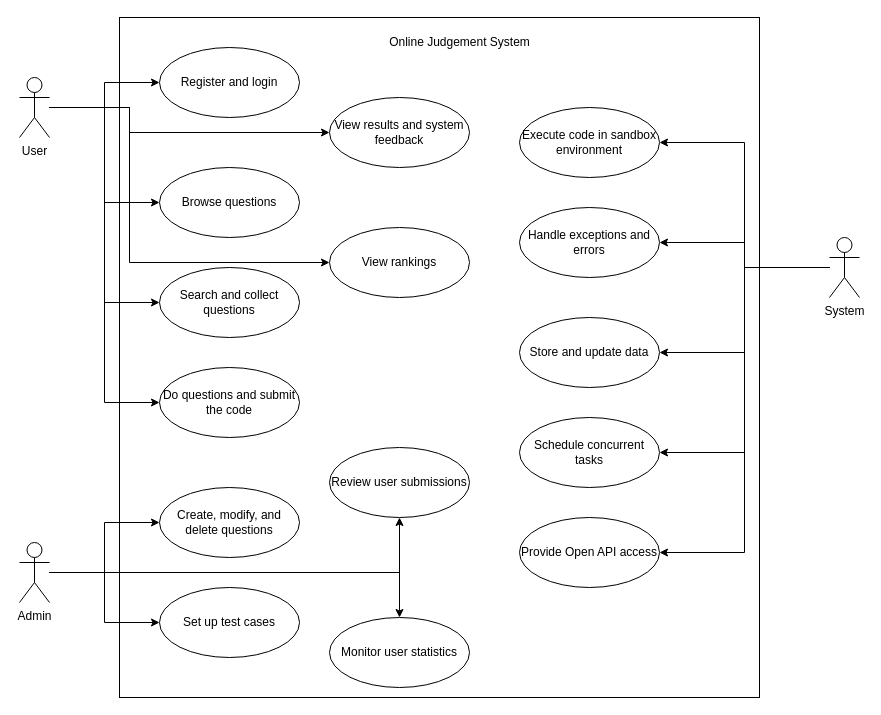
paasche0906/draw.io keeps this draw.io diagram as 未命名绘图.drawio. Above is the earlier version. Source tidied: cells renumbered, new cells numbered last; positions are measured from the earlier drawing's top-left corner, leaving out a move shared by most shapes. Both pictures are drawn from the tidied source at 100%, with x=0, y=0 at pixel (19, 17).
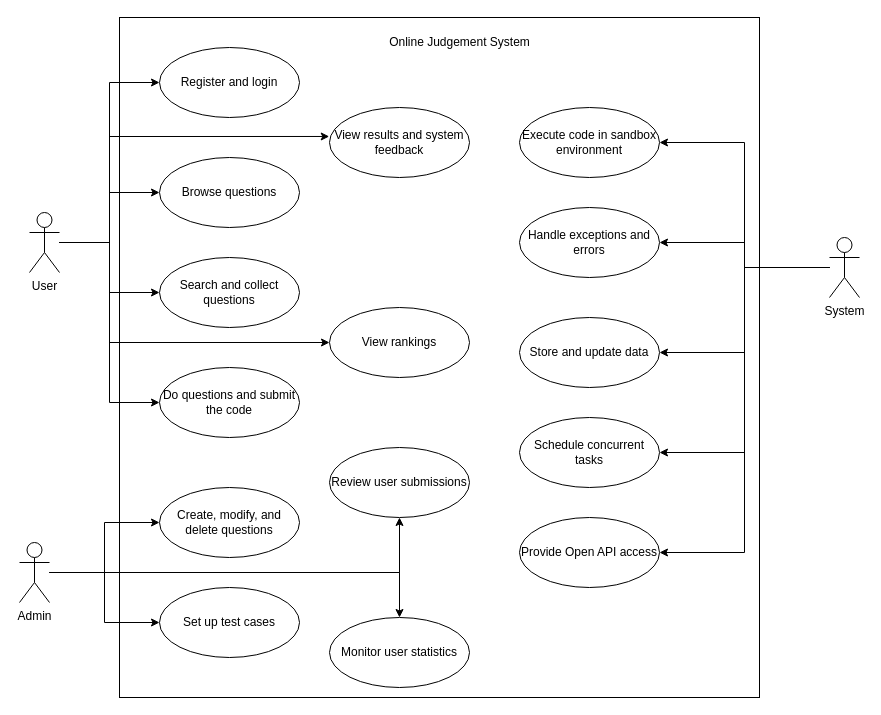
The same page after the edit.

Commit message:
更新未命名绘图.drawio

Unchanged cells that the change refers to:
```xml
<mxCell id="22" value="Register and login" style="ellipse;whiteSpace=wrap;html=1;" parent="1" vertex="1">
  <mxGeometry x="140" y="30" width="140" height="70" as="geometry" />
</mxCell>
```

Change to the diagram source:
```diff
@@
-    <mxCell id="4" style="edgeStyle=orthogonalEdgeStyle;rounded=0;jettySize=auto;html=1;" parent="1" edge="1" source="10" target="22">
-      <mxGeometry relative="1" as="geometry" />
-    </mxCell>
@@
-    <mxCell id="8" style="edgeStyle=orthogonalEdgeStyle;rounded=0;jettySize=auto;html=1;entryX=0;entryY=0.5;entryDx=0;entryDy=0;" parent="1" edge="1" source="10" target="26">
-      <mxGeometry relative="1" as="geometry">
-        <Array as="points">
-          <mxPoint x="110" y="90" />
-          <mxPoint x="110" y="115" />
-        </Array>
-      </mxGeometry>
-    </mxCell>
+    <mxCell id="4" style="edgeStyle=orthogonalEdgeStyle;rounded=0;jettySize=auto;html=1;entryX=0;entryY=0.5;entryDx=0;entryDy=0;" parent="1" edge="1" source="10" target="22">
+      <mxGeometry relative="1" as="geometry" />
+    </mxCell>
     <mxCell id="9" style="edgeStyle=orthogonalEdgeStyle;rounded=0;jettySize=auto;html=1;entryX=0;entryY=0.5;entryDx=0;entryDy=0;" parent="1" edge="1" source="10" target="27">
       <mxGeometry relative="1" as="geometry">
         <Array as="points">
-          <mxPoint x="110" y="90" />
-          <mxPoint x="110" y="245" />
+          <mxPoint x="90" y="225" />
+          <mxPoint x="90" y="325" />
         </Array>
       </mxGeometry>
     </mxCell>
     <mxCell id="10" value="User" style="shape=umlActor;verticalLabelPosition=bottom;verticalAlign=top;html=1;outlineConnect=0;" parent="1" vertex="1">
-      <mxGeometry y="60" width="30" height="60" as="geometry" />
+      <mxGeometry x="10" y="195" width="30" height="60" as="geometry" />
     </mxCell>
@@
     <mxCell id="23" value="Browse questions" style="ellipse;whiteSpace=wrap;html=1;" parent="1" vertex="1">
-      <mxGeometry x="140" y="150" width="140" height="70" as="geometry" />
+      <mxGeometry x="140" y="140" width="140" height="70" as="geometry" />
     </mxCell>
     <mxCell id="24" value="Search and collect questions" style="ellipse;whiteSpace=wrap;html=1;" parent="1" vertex="1">
-      <mxGeometry x="140" y="250" width="140" height="70" as="geometry" />
+      <mxGeometry x="140" y="240" width="140" height="70" as="geometry" />
     </mxCell>
@@
     <mxCell id="26" value="View results and system feedback" style="ellipse;whiteSpace=wrap;html=1;" parent="1" vertex="1">
-      <mxGeometry x="310" y="80" width="140" height="70" as="geometry" />
+      <mxGeometry x="310" y="90" width="140" height="70" as="geometry" />
     </mxCell>
     <mxCell id="27" value="View rankings" style="ellipse;whiteSpace=wrap;html=1;" parent="1" vertex="1">
-      <mxGeometry x="310" y="210" width="140" height="70" as="geometry" />
+      <mxGeometry x="310" y="290" width="140" height="70" as="geometry" />
     </mxCell>
@@
+    <mxCell id="8" style="edgeStyle=orthogonalEdgeStyle;rounded=0;jettySize=auto;html=1;entryX=-0.002;entryY=0.414;entryDx=0;entryDy=0;entryPerimeter=0;" parent="1" edge="1" source="10" target="26">
+      <mxGeometry relative="1" as="geometry">
+        <Array as="points">
+          <mxPoint x="90" y="225" />
+          <mxPoint x="90" y="119" />
+        </Array>
+      </mxGeometry>
+    </mxCell>
```
